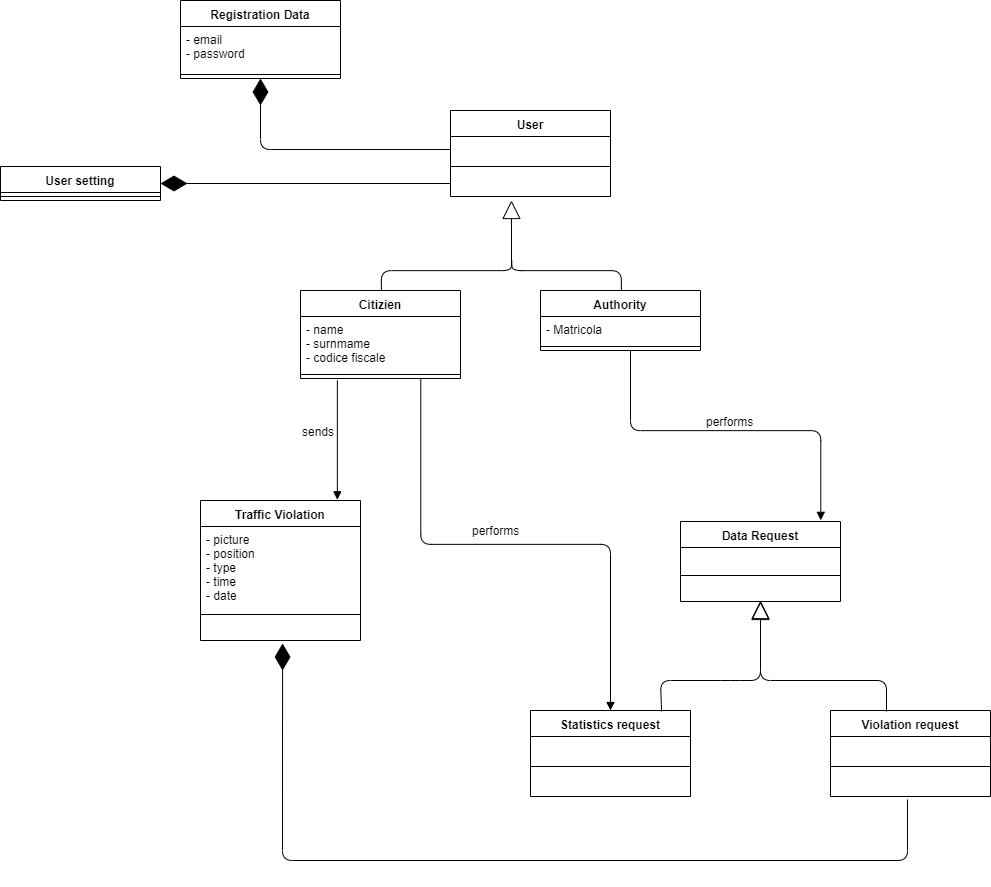
dariomiceli3/SafeStreet keeps this draw.io diagram as RASD/img/class_diagram.png. Above is the earlier version. Source tidied: cells renumbered, new cells last; positions are measured from the earlier drawing's top-left corner, leaving out a move shared by most shapes.
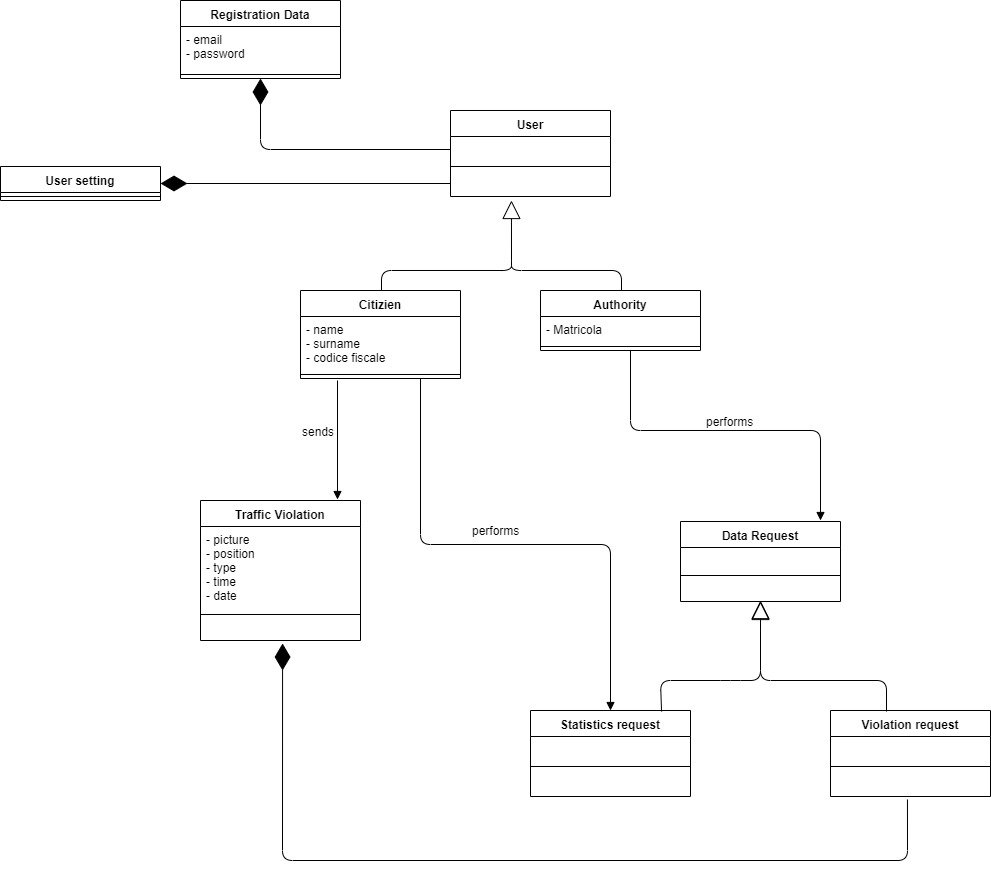
Later version of the same file.

Diff of the diagram source:
```diff
@@ -25,7 +25,7 @@
     <mxCell id="7" value="Citizien" style="swimlane;fontStyle=1;align=center;verticalAlign=top;horizontal=1;startSize=26;fontColor=#000000;" parent="1" vertex="1">
       <mxGeometry x="300" y="290" width="160" height="88" as="geometry" />
     </mxCell>
-    <mxCell id="8" value="- name&#10;- surnmame&#10;- codice fiscale" style="text;strokeColor=none;fillColor=none;align=left;verticalAlign=top;spacingLeft=4;spacingRight=4;overflow=hidden;" parent="7" vertex="1">
+    <mxCell id="8" value="- name&#10;- surname&#10;- codice fiscale" style="text;strokeColor=none;fillColor=none;align=left;verticalAlign=top;spacingLeft=4;spacingRight=4;overflow=hidden;" parent="7" vertex="1">
       <mxGeometry y="26" width="160" height="54" as="geometry" />
     </mxCell>
     <mxCell id="9" style="line;strokeWidth=1;fillColor=none;align=left;verticalAlign=middle;spacingTop=-1;spacingLeft=3;spacingRight=3;labelPosition=right;" parent="7" vertex="1">
```
